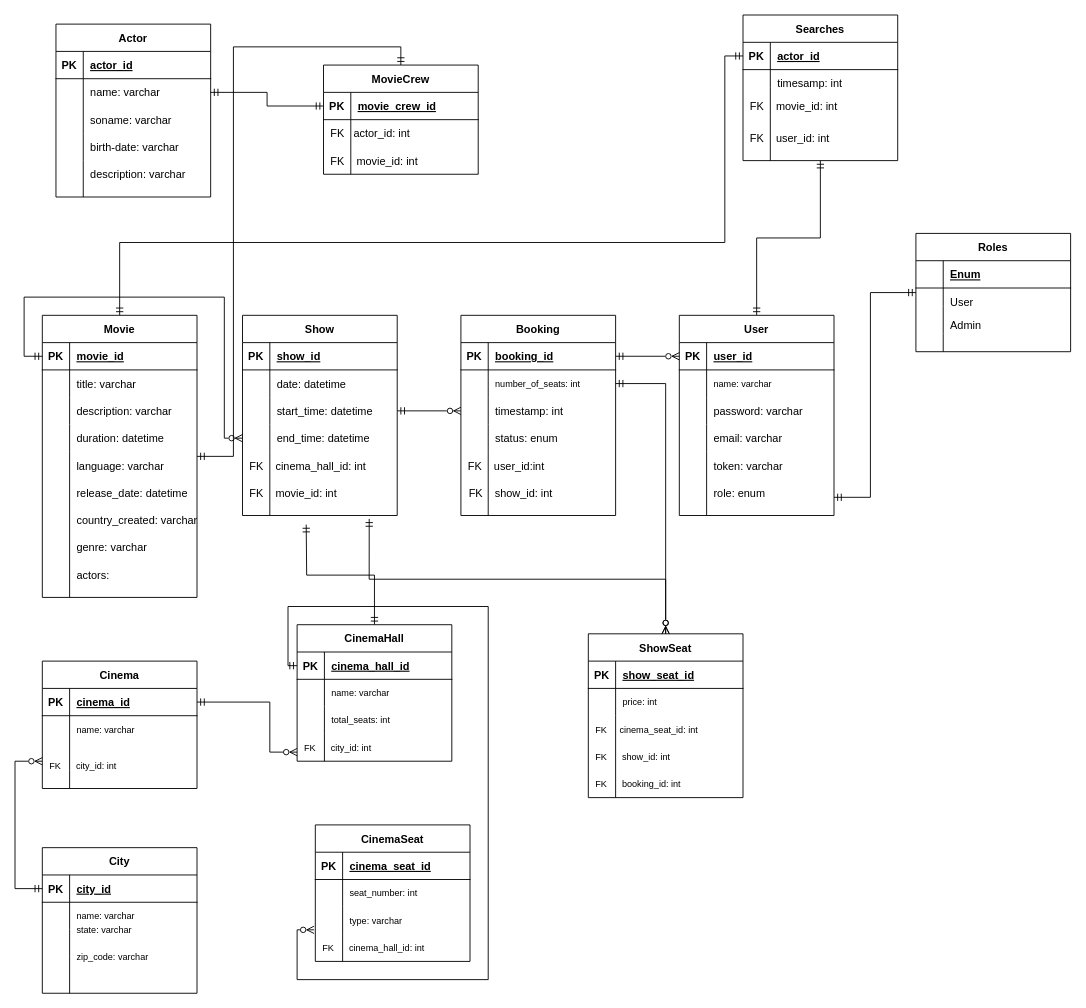
Earlier version of the draw.io diagram db_schema.drawio (sanscrid6/db-labs). Source tidied: cells renumbered, new cells numbered last; positions are measured from the earlier drawing's top-left corner, leaving out a move shared by most shapes. Both pictures are drawn from the tidied source at 91%, with x=0, y=0 at pixel (15, 15).
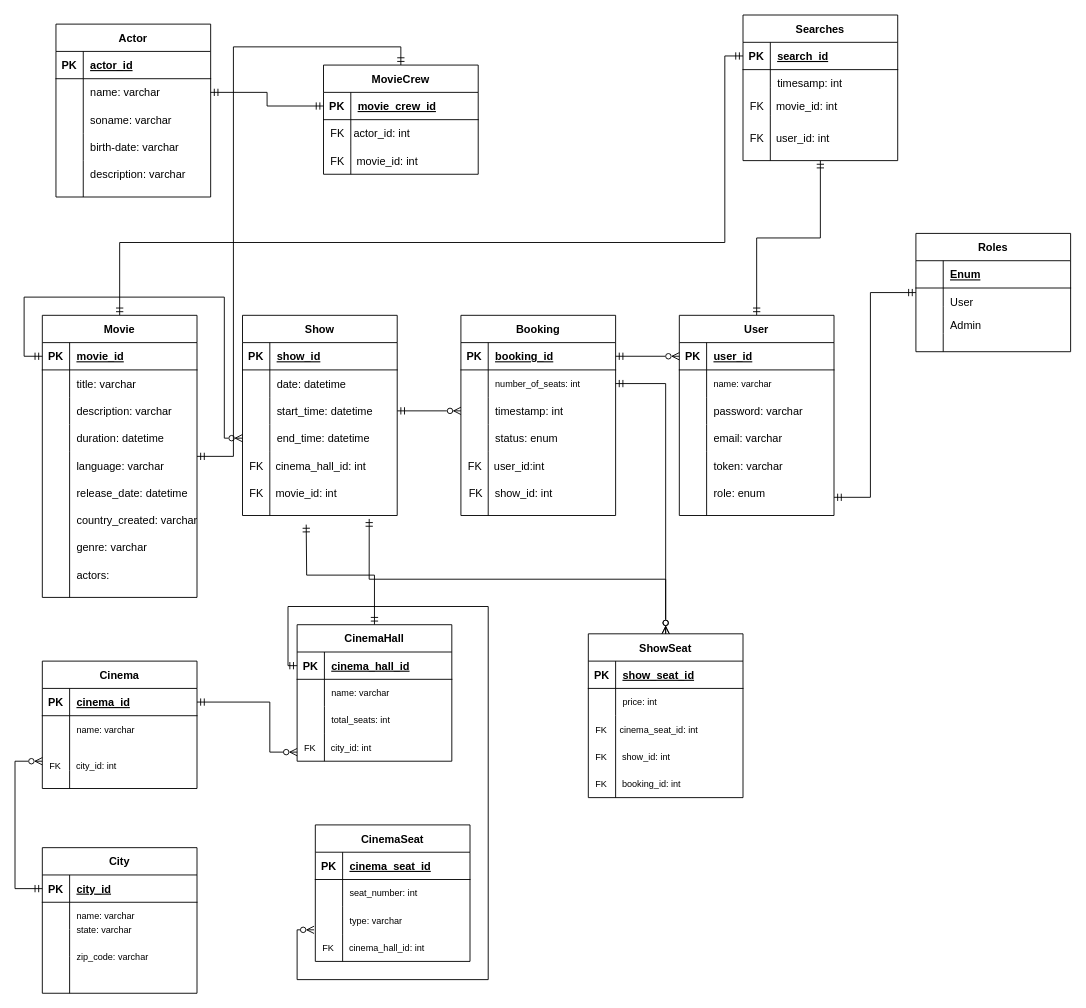
The same diagram, later.

Unchanged cells that the change refers to:
```xml
<mxCell id="179" style="shape=tableRow;horizontal=0;startSize=0;swimlaneHead=0;swimlaneBody=0;fillColor=none;points=[[0,0.5],[1,0.5]];portConstraint=eastwest;top=0;left=0;right=0;bottom=1;" parent="178" vertex="1">
  <mxGeometry y="30" width="170" height="30" as="geometry" />
</mxCell>
```

The edit, as a diff of the source:
```diff
@@
-    <mxCell id="181" value="actor_id" style="shape=partialRectangle;fillColor=none;top=0;left=0;bottom=0;right=0;align=left;spacingLeft=6;fontStyle=5;overflow=hidden;" parent="179" vertex="1">
+    <mxCell id="181" value="search_id" style="shape=partialRectangle;fillColor=none;top=0;left=0;bottom=0;right=0;align=left;spacingLeft=6;fontStyle=5;overflow=hidden;" parent="179" vertex="1">
       <mxGeometry x="30" width="140" height="30" as="geometry" />
     </mxCell>
```
